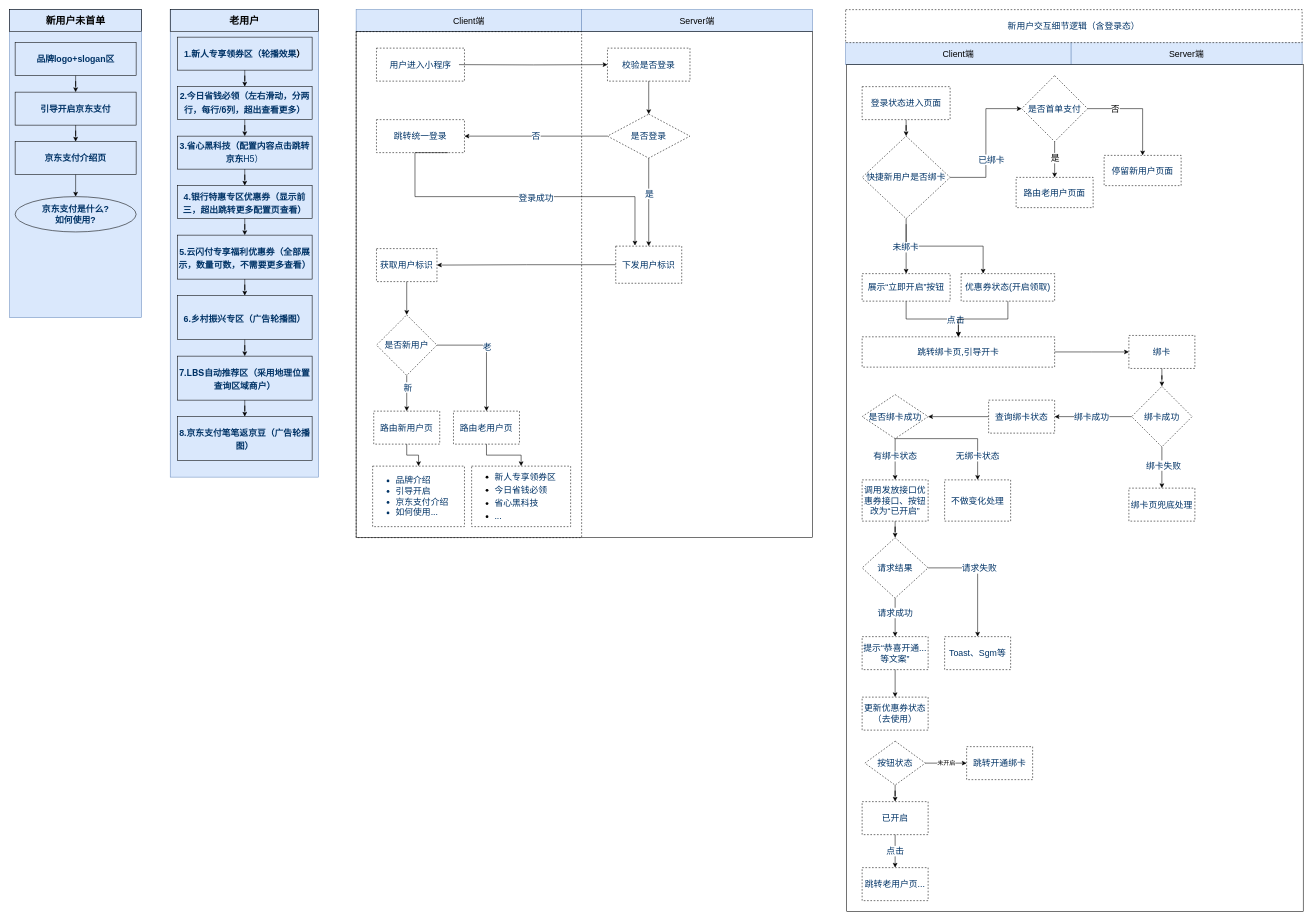
Earlier version of the draw.io diagram 整体架构图.drawio (joh126/v_project). Source tidied: cells renumbered, new cells numbered last; positions are measured from the earlier drawing's top-left corner, leaving out a move shared by most shapes. Both pictures are drawn from the tidied source at 55%, with x=0, y=0 at pixel (9, 9).
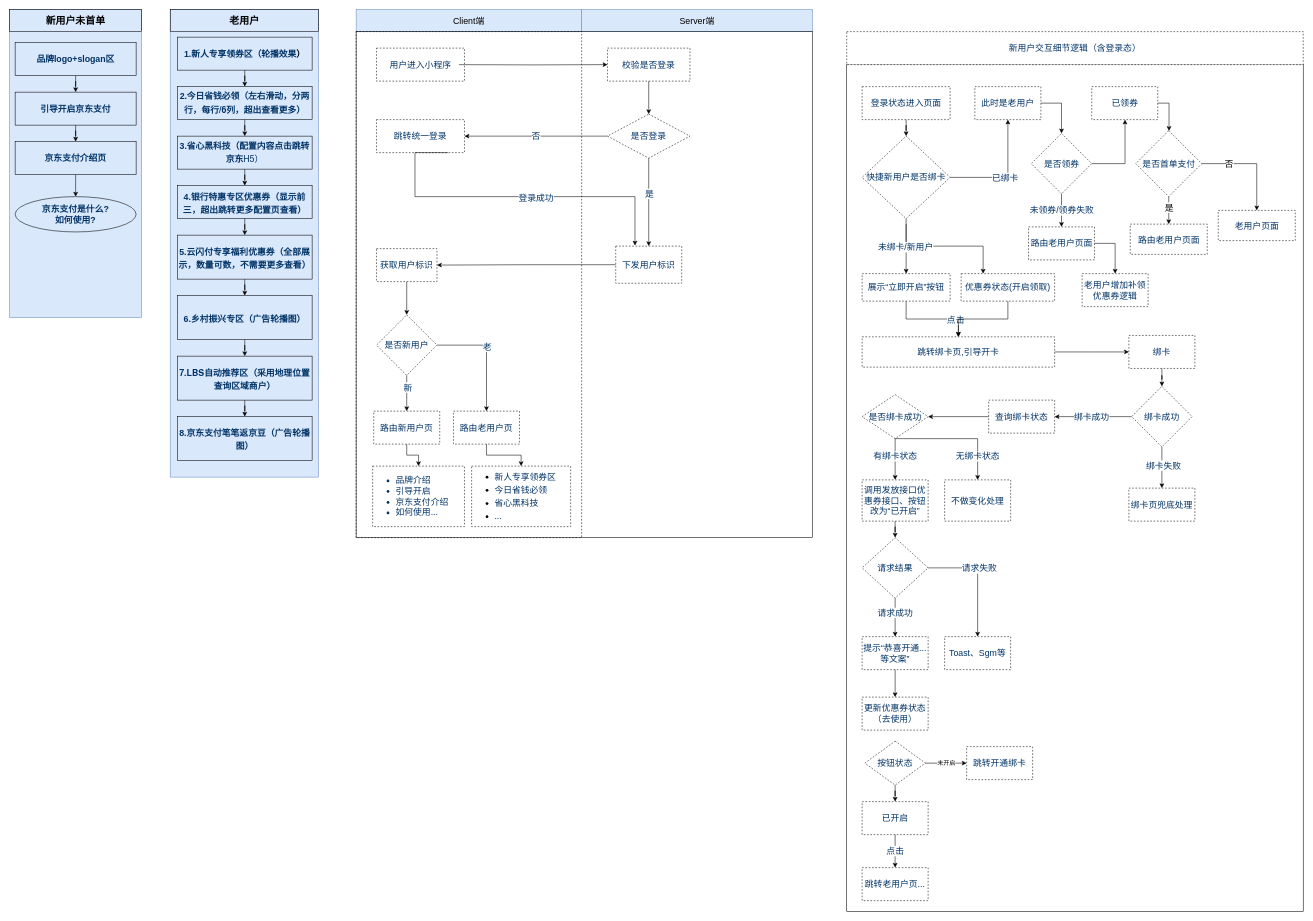
The same diagram, later.

Commit message (it also covers changes not shown here):
Update 整体架构图.drawio

The change refers to these unchanged cells:
```xml
<mxCell id="66" style="edgeStyle=orthogonalEdgeStyle;rounded=0;orthogonalLoop=1;jettySize=auto;html=1;fontFamily=Helvetica;fontSize=16;fontColor=#003366;" parent="1" edge="1">
  <mxGeometry relative="1" as="geometry">
    <mxPoint x="1630" y="390" as="sourcePoint" />
    <mxPoint x="1770" y="480" as="targetPoint" />
    <Array as="points">
      <mxPoint x="1630" y="430" />
      <mxPoint x="1770" y="430" />
    </Array>
  </mxGeometry>
</mxCell>
<mxCell id="71" value="快捷新用户是否绑卡" style="rhombus;whiteSpace=wrap;html=1;fontSize=16;fillColor=none;fontColor=#003366;rounded=0;dashed=1;sketch=0;" parent="1" vertex="1">
  <mxGeometry x="1550" y="230" width="160" height="150" as="geometry" />
</mxCell>
<mxCell id="113" style="edgeStyle=orthogonalEdgeStyle;rounded=0;jettySize=auto;html=1;fontSize=16;" parent="1" edge="1" source="117" target="118">
  <mxGeometry relative="1" as="geometry" />
</mxCell>
```

Change to the diagram source:
```diff
@@
-    <mxCell id="59" value="Client端" style="rounded=0;whiteSpace=wrap;html=1;sketch=0;fontFamily=Helvetica;fontSize=16;strokeColor=#6c8ebf;fillColor=#dae8fc;" parent="1" vertex="1">
-      <mxGeometry x="1520" y="60" width="410" height="40" as="geometry" />
-    </mxCell>
-    <mxCell id="60" value="Server端" style="rounded=0;whiteSpace=wrap;html=1;sketch=0;fontFamily=Helvetica;fontSize=16;strokeColor=#6c8ebf;fillColor=#dae8fc;" parent="1" vertex="1">
-      <mxGeometry x="1930" y="60" width="420" height="40" as="geometry" />
-    </mxCell>
@@
     <mxCell id="64" value="新用户交互细节逻辑（含登录态）" style="rounded=0;whiteSpace=wrap;html=1;dashed=1;labelBackgroundColor=none;sketch=0;fontFamily=Helvetica;fontSize=16;fontColor=#003366;strokeColor=default;fillColor=default;" parent="1" vertex="1">
-      <mxGeometry x="1520" width="830" height="60" as="geometry" />
+      <mxGeometry x="1522" y="40" width="830" height="60" as="geometry" />
     </mxCell>
@@
-    <mxCell id="68" value="未绑卡" style="edgeLabel;html=1;align=center;verticalAlign=middle;fontSize=16;fontFamily=Helvetica;fontColor=#003366;" parent="66" vertex="1">
+    <mxCell id="68" value="未绑卡/新用户" style="edgeLabel;html=1;align=center;verticalAlign=middle;fontSize=16;fontFamily=Helvetica;fontColor=#003366;" parent="66" vertex="1">
       <mxGeometry x="-0.65" y="-2" relative="1" as="geometry">
         <mxPoint x="-2" y="-1" as="offset" />
       </mxGeometry>
     </mxCell>
-    <mxCell id="69" style="edgeStyle=orthogonalEdgeStyle;rounded=0;jettySize=auto;html=1;entryX=0;entryY=0.5;entryDx=0;entryDy=0;" parent="1" edge="1" source="71" target="117">
-      <mxGeometry relative="1" as="geometry" />
-    </mxCell>
+    <mxCell id="120" style="edgeStyle=orthogonalEdgeStyle;rounded=0;jettySize=auto;html=1;fontSize=16;fontColor=#003366;" parent="1" edge="1" source="71" target="128">
+      <mxGeometry relative="1" as="geometry" />
+    </mxCell>
-    <mxCell id="70" value="&lt;font style=&quot;font-size: 16px&quot;&gt;已绑卡&lt;/font&gt;" style="edgeLabel;html=1;align=center;verticalAlign=middle;fontColor=#003366;" parent="69" vertex="1">
-      <mxGeometry x="-0.25" y="-3" relative="1" as="geometry">
-        <mxPoint x="6" y="-2" as="offset" />
+    <mxCell id="70" value="已绑卡" style="edgeLabel;html=1;align=center;verticalAlign=middle;fontSize=16;fontColor=#003366;" parent="120" vertex="1">
+      <mxGeometry x="-0.33" relative="1" as="geometry">
+        <mxPoint x="29" as="offset" />
       </mxGeometry>
     </mxCell>
@@
     <mxCell id="114" value="是" style="edgeLabel;html=1;align=center;verticalAlign=middle;fontSize=16;" parent="113" vertex="1">
       <mxGeometry x="-0.36" y="-1" relative="1" as="geometry">
-        <mxPoint x="1" y="8" as="offset" />
+        <mxPoint x="1" y="3" as="offset" />
       </mxGeometry>
     </mxCell>
@@
     <mxCell id="117" value="是否首单支付" style="rhombus;whiteSpace=wrap;html=1;fontSize=16;fillColor=none;fontColor=#003366;rounded=0;dashed=1;sketch=0;" parent="1" vertex="1">
-      <mxGeometry x="1840" y="120" width="120" height="120" as="geometry" />
+      <mxGeometry x="2047.5" y="220" width="120" height="120" as="geometry" />
     </mxCell>
     <mxCell id="118" value="路由老用户页面" style="whiteSpace=wrap;html=1;fontSize=16;fillColor=none;fontColor=#003366;rounded=0;dashed=1;sketch=0;" parent="1" vertex="1">
-      <mxGeometry x="1830" y="305" width="140" height="55" as="geometry" />
+      <mxGeometry x="2037.5" y="390" width="140" height="55" as="geometry" />
     </mxCell>
-    <mxCell id="119" value="停留新用户页面" style="whiteSpace=wrap;html=1;fontSize=16;fillColor=none;fontColor=#003366;rounded=0;dashed=1;sketch=0;" parent="1" vertex="1">
-      <mxGeometry x="1990" y="265" width="140" height="55" as="geometry" />
+    <mxCell id="119" value="老用户页面" style="whiteSpace=wrap;html=1;fontSize=16;fillColor=none;fontColor=#003366;rounded=0;dashed=1;sketch=0;" parent="1" vertex="1">
+      <mxGeometry x="2197.5" y="365" width="140" height="55" as="geometry" />
     </mxCell>
+    <mxCell id="121" style="edgeStyle=orthogonalEdgeStyle;rounded=0;jettySize=auto;html=1;fontSize=16;fontColor=#003366;" parent="1" edge="1" source="124" target="126">
+      <mxGeometry relative="1" as="geometry" />
+    </mxCell>
+    <mxCell id="122" value="未领券/领券失败" style="edgeLabel;html=1;align=center;verticalAlign=middle;fontSize=16;fontColor=#003366;" parent="121" vertex="1">
+      <mxGeometry x="-0.05" relative="1" as="geometry" />
+    </mxCell>
+    <mxCell id="123" style="edgeStyle=orthogonalEdgeStyle;rounded=0;jettySize=auto;html=1;fontSize=16;fontColor=#003366;" parent="1" edge="1" source="124" target="130">
+      <mxGeometry relative="1" as="geometry">
+        <Array as="points">
+          <mxPoint x="2028" y="280" />
+        </Array>
+      </mxGeometry>
+    </mxCell>
+    <mxCell id="124" value="是否领券" style="rhombus;whiteSpace=wrap;html=1;fontSize=16;fillColor=none;fontColor=#003366;rounded=0;dashed=1;sketch=0;" parent="1" vertex="1">
+      <mxGeometry x="1857.5" y="225" width="110" height="110" as="geometry" />
+    </mxCell>
+    <mxCell id="125" style="edgeStyle=orthogonalEdgeStyle;rounded=0;jettySize=auto;html=1;fontSize=16;fontColor=#003366;" parent="1" edge="1" source="126" target="131">
+      <mxGeometry relative="1" as="geometry">
+        <Array as="points">
+          <mxPoint x="2010" y="425" />
+        </Array>
+      </mxGeometry>
+    </mxCell>
+    <mxCell id="126" value="路由老用户页面" style="whiteSpace=wrap;html=1;fontSize=16;fillColor=none;fontColor=#003366;rounded=0;dashed=1;sketch=0;" parent="1" vertex="1">
+      <mxGeometry x="1852.5" y="395" width="120" height="60" as="geometry" />
+    </mxCell>
+    <mxCell id="127" style="edgeStyle=orthogonalEdgeStyle;rounded=0;jettySize=auto;html=1;entryX=0.5;entryY=0;entryDx=0;entryDy=0;fontSize=16;fontColor=#003366;" parent="1" edge="1" source="128" target="124">
+      <mxGeometry relative="1" as="geometry">
+        <Array as="points">
+          <mxPoint x="1913" y="170" />
+        </Array>
+      </mxGeometry>
+    </mxCell>
+    <mxCell id="128" value="此时是老用户" style="whiteSpace=wrap;html=1;fontSize=16;fillColor=none;fontColor=#003366;rounded=0;dashed=1;sketch=0;" parent="1" vertex="1">
+      <mxGeometry x="1755" y="140" width="120" height="60" as="geometry" />
+    </mxCell>
+    <mxCell id="129" style="edgeStyle=orthogonalEdgeStyle;rounded=0;jettySize=auto;html=1;fontSize=16;fontColor=#003366;" parent="1" edge="1" source="130" target="117">
+      <mxGeometry relative="1" as="geometry">
+        <Array as="points">
+          <mxPoint x="2108" y="170" />
+        </Array>
+      </mxGeometry>
+    </mxCell>
+    <mxCell id="130" value="已领券" style="whiteSpace=wrap;html=1;fontSize=16;fillColor=none;fontColor=#003366;rounded=0;dashed=1;sketch=0;" parent="1" vertex="1">
+      <mxGeometry x="1967.5" y="140" width="120" height="60" as="geometry" />
+    </mxCell>
+    <mxCell id="131" value="老用户增加补领优惠券逻辑" style="whiteSpace=wrap;html=1;fontSize=16;fillColor=none;fontColor=#003366;rounded=0;dashed=1;sketch=0;" parent="1" vertex="1">
+      <mxGeometry x="1950" y="480" width="120" height="60" as="geometry" />
+    </mxCell>
```
